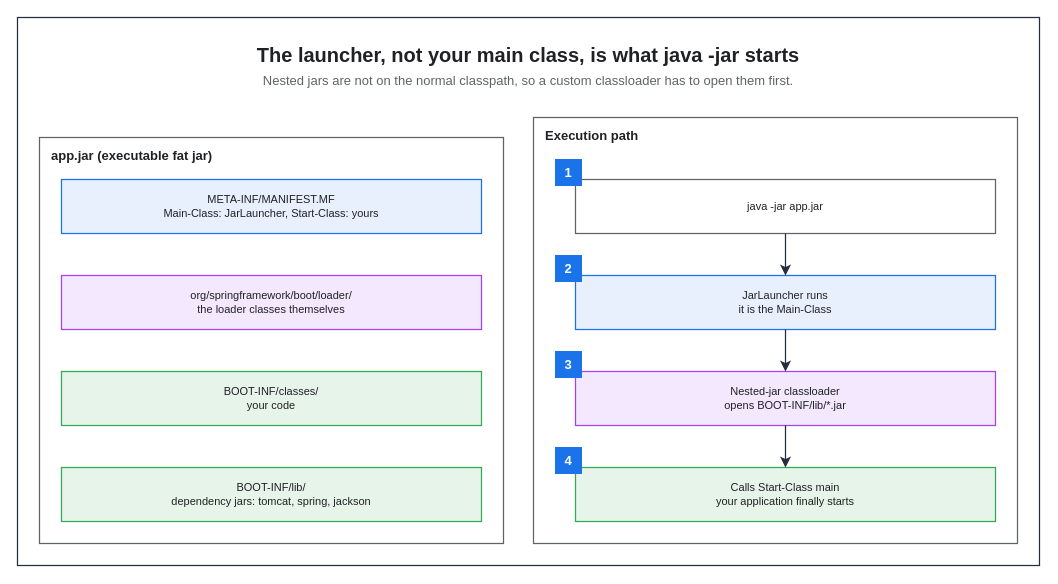
Before: assets/img/spring/spring-08-fatjar-layout.drawio in KKamJi98/kkamji98.github.io, a draw.io diagram. Source tidied: cells renumbered, new cells numbered last; positions are measured from the earlier drawing's top-left corner, leaving out a move shared by most shapes. Both pictures are drawn from the tidied source at 100%, with x=0, y=0 at pixel (17, 17).
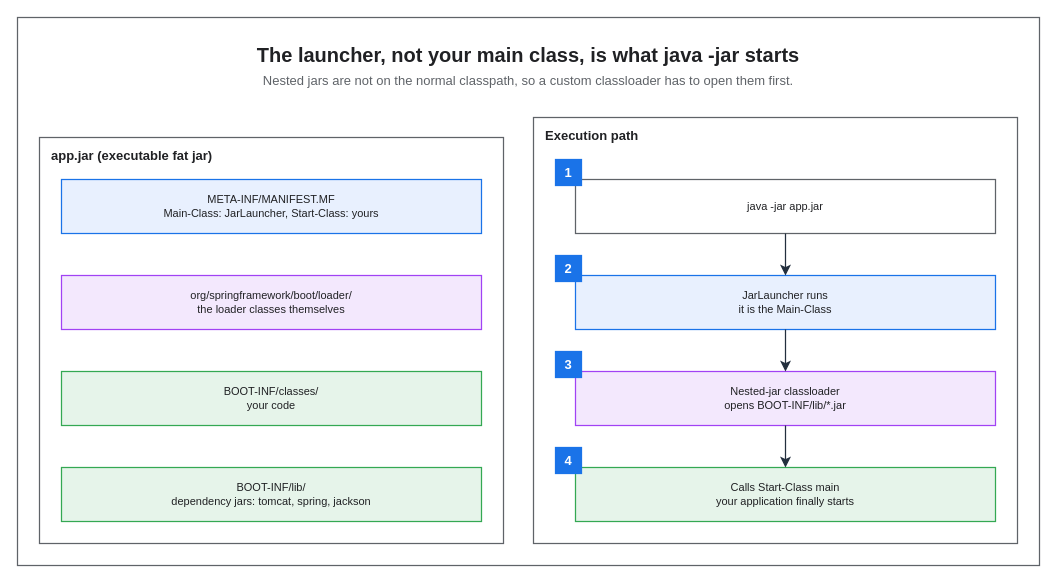
After the change.

Change to the diagram source:
```diff
@@
-    <mxCell id="2" style="rounded=0;html=0;fillColor=none;strokeColor=#232F3E;fontColor=#202124;strokeWidth=1.25;" parent="1" vertex="1">
+    <mxCell id="2" style="rounded=0;html=0;fillColor=none;strokeColor=#5F6368;fontColor=#202124;strokeWidth=1.25;" parent="1" vertex="1">
       <mxGeometry width="1022" height="548" as="geometry" />
     </mxCell>
@@
-    <mxCell id="15" value="1" style="rounded=0;whiteSpace=wrap;html=0;fillColor=#1A73E8;strokeColor=#1A73E8;fontColor=#FFFFFF;fontSize=13;fontStyle=1;align=center;verticalAlign=middle;" parent="1" vertex="1">
+    <mxCell id="15" value="1" style="rounded=0;whiteSpace=wrap;html=0;fillColor=#1A73E8;strokeColor=#1A73E8;fontColor=#FFFFFF;fontSize=13;fontStyle=1;align=center;verticalAlign=middle;strokeWidth=1.25;" parent="1" vertex="1">
       <mxGeometry x="538" y="142" width="26" height="26" as="geometry" />
     </mxCell>
-    <mxCell id="16" value="2" style="rounded=0;whiteSpace=wrap;html=0;fillColor=#1A73E8;strokeColor=#1A73E8;fontColor=#FFFFFF;fontSize=13;fontStyle=1;align=center;verticalAlign=middle;" parent="1" vertex="1">
+    <mxCell id="16" value="2" style="rounded=0;whiteSpace=wrap;html=0;fillColor=#1A73E8;strokeColor=#1A73E8;fontColor=#FFFFFF;fontSize=13;fontStyle=1;align=center;verticalAlign=middle;strokeWidth=1.25;" parent="1" vertex="1">
       <mxGeometry x="538" y="238" width="26" height="26" as="geometry" />
     </mxCell>
-    <mxCell id="17" value="3" style="rounded=0;whiteSpace=wrap;html=0;fillColor=#1A73E8;strokeColor=#1A73E8;fontColor=#FFFFFF;fontSize=13;fontStyle=1;align=center;verticalAlign=middle;" parent="1" vertex="1">
+    <mxCell id="17" value="3" style="rounded=0;whiteSpace=wrap;html=0;fillColor=#1A73E8;strokeColor=#1A73E8;fontColor=#FFFFFF;fontSize=13;fontStyle=1;align=center;verticalAlign=middle;strokeWidth=1.25;" parent="1" vertex="1">
       <mxGeometry x="538" y="334" width="26" height="26" as="geometry" />
     </mxCell>
-    <mxCell id="18" value="4" style="rounded=0;whiteSpace=wrap;html=0;fillColor=#1A73E8;strokeColor=#1A73E8;fontColor=#FFFFFF;fontSize=13;fontStyle=1;align=center;verticalAlign=middle;" parent="1" vertex="1">
+    <mxCell id="18" value="4" style="rounded=0;whiteSpace=wrap;html=0;fillColor=#1A73E8;strokeColor=#1A73E8;fontColor=#FFFFFF;fontSize=13;fontStyle=1;align=center;verticalAlign=middle;strokeWidth=1.25;" parent="1" vertex="1">
       <mxGeometry x="538" y="430" width="26" height="26" as="geometry" />
     </mxCell>
```
